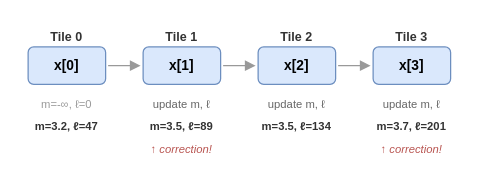
Before: images/splash-attention-puzzle3.drawio in vorushin/pallas_puzzles, a draw.io diagram. Source tidied: cells renumbered, new cells numbered last; positions are measured from the earlier drawing's top-left corner, leaving out a move shared by most shapes. Both pictures are drawn from the tidied source at 125%, with x=0, y=0 at pixel (21, 21).
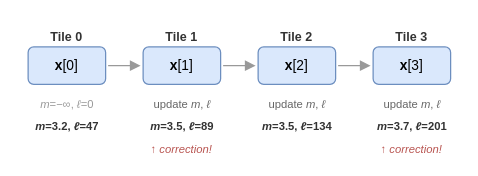
After the change.

Change to the diagram source:
```diff
@@
-    <mxCell id="6" value="x[0]" style="rounded=1;whiteSpace=wrap;fillColor=#dae8fc;strokeColor=#6c8ebf;fontSize=11;fontStyle=1;" parent="1" vertex="1">
+    <mxCell id="6" value="&lt;b&gt;x&lt;/b&gt;[0]" style="rounded=1;whiteSpace=wrap;fillColor=#dae8fc;strokeColor=#6c8ebf;fontSize=11;html=1;" parent="1" vertex="1">
       <mxGeometry x="5" y="20" width="62" height="30" as="geometry" />
     </mxCell>
-    <mxCell id="7" value="x[1]" style="rounded=1;whiteSpace=wrap;fillColor=#dae8fc;strokeColor=#6c8ebf;fontSize=11;fontStyle=1;" parent="1" vertex="1">
+    <mxCell id="7" value="&lt;b&gt;x&lt;/b&gt;[1]" style="rounded=1;whiteSpace=wrap;fillColor=#dae8fc;strokeColor=#6c8ebf;fontSize=11;html=1;" parent="1" vertex="1">
       <mxGeometry x="97" y="20" width="62" height="30" as="geometry" />
     </mxCell>
-    <mxCell id="8" value="x[2]" style="rounded=1;whiteSpace=wrap;fillColor=#dae8fc;strokeColor=#6c8ebf;fontSize=11;fontStyle=1;" parent="1" vertex="1">
+    <mxCell id="8" value="&lt;b&gt;x&lt;/b&gt;[2]" style="rounded=1;whiteSpace=wrap;fillColor=#dae8fc;strokeColor=#6c8ebf;fontSize=11;html=1;" parent="1" vertex="1">
       <mxGeometry x="189" y="20" width="62" height="30" as="geometry" />
     </mxCell>
-    <mxCell id="9" value="x[3]" style="rounded=1;whiteSpace=wrap;fillColor=#dae8fc;strokeColor=#6c8ebf;fontSize=11;fontStyle=1;" parent="1" vertex="1">
+    <mxCell id="9" value="&lt;b&gt;x&lt;/b&gt;[3]" style="rounded=1;whiteSpace=wrap;fillColor=#dae8fc;strokeColor=#6c8ebf;fontSize=11;html=1;" parent="1" vertex="1">
       <mxGeometry x="281" y="20" width="62" height="30" as="geometry" />
     </mxCell>
@@
-    <mxCell id="13" value="m=-∞, ℓ=0" style="text;fontSize=9;fontColor=#999999;align=center;" parent="1" vertex="1">
+    <mxCell id="13" value="&lt;i&gt;m&lt;/i&gt;=&amp;minus;&amp;infin;, &lt;i&gt;ℓ&lt;/i&gt;=0" style="text;fontSize=9;fontColor=#999999;align=center;html=1;" parent="1" vertex="1">
       <mxGeometry y="54" width="72" height="16" as="geometry" />
     </mxCell>
-    <mxCell id="14" value="update m, ℓ" style="text;fontSize=9;fontColor=#666666;align=center;" parent="1" vertex="1">
+    <mxCell id="14" value="update &lt;i&gt;m&lt;/i&gt;, &lt;i&gt;ℓ&lt;/i&gt;" style="text;fontSize=9;fontColor=#666666;align=center;html=1;" parent="1" vertex="1">
       <mxGeometry x="92" y="54" width="72" height="16" as="geometry" />
     </mxCell>
-    <mxCell id="15" value="update m, ℓ" style="text;fontSize=9;fontColor=#666666;align=center;" parent="1" vertex="1">
+    <mxCell id="15" value="update &lt;i&gt;m&lt;/i&gt;, &lt;i&gt;ℓ&lt;/i&gt;" style="text;fontSize=9;fontColor=#666666;align=center;html=1;" parent="1" vertex="1">
       <mxGeometry x="184" y="54" width="72" height="16" as="geometry" />
     </mxCell>
-    <mxCell id="16" value="update m, ℓ" style="text;fontSize=9;fontColor=#666666;align=center;" parent="1" vertex="1">
+    <mxCell id="16" value="update &lt;i&gt;m&lt;/i&gt;, &lt;i&gt;ℓ&lt;/i&gt;" style="text;fontSize=9;fontColor=#666666;align=center;html=1;" parent="1" vertex="1">
       <mxGeometry x="276" y="54" width="72" height="16" as="geometry" />
     </mxCell>
-    <mxCell id="17" value="m=3.2, ℓ=47" style="text;fontSize=9;fontColor=#333333;fontStyle=1;align=center;" parent="1" vertex="1">
+    <mxCell id="17" value="&lt;i&gt;m&lt;/i&gt;=3.2, &lt;i&gt;ℓ&lt;/i&gt;=47" style="text;fontSize=9;fontColor=#333333;fontStyle=1;align=center;html=1;" parent="1" vertex="1">
       <mxGeometry y="72" width="72" height="16" as="geometry" />
     </mxCell>
-    <mxCell id="18" value="m=3.5, ℓ=89" style="text;fontSize=9;fontColor=#333333;fontStyle=1;align=center;" parent="1" vertex="1">
+    <mxCell id="18" value="&lt;i&gt;m&lt;/i&gt;=3.5, &lt;i&gt;ℓ&lt;/i&gt;=89" style="text;fontSize=9;fontColor=#333333;fontStyle=1;align=center;html=1;" parent="1" vertex="1">
       <mxGeometry x="92" y="72" width="72" height="16" as="geometry" />
     </mxCell>
-    <mxCell id="19" value="m=3.5, ℓ=134" style="text;fontSize=9;fontColor=#333333;fontStyle=1;align=center;" parent="1" vertex="1">
+    <mxCell id="19" value="&lt;i&gt;m&lt;/i&gt;=3.5, &lt;i&gt;ℓ&lt;/i&gt;=134" style="text;fontSize=9;fontColor=#333333;fontStyle=1;align=center;html=1;" parent="1" vertex="1">
       <mxGeometry x="184" y="72" width="72" height="16" as="geometry" />
     </mxCell>
-    <mxCell id="20" value="m=3.7, ℓ=201" style="text;fontSize=9;fontColor=#333333;fontStyle=1;align=center;" parent="1" vertex="1">
+    <mxCell id="20" value="&lt;i&gt;m&lt;/i&gt;=3.7, &lt;i&gt;ℓ&lt;/i&gt;=201" style="text;fontSize=9;fontColor=#333333;fontStyle=1;align=center;html=1;" parent="1" vertex="1">
       <mxGeometry x="276" y="72" width="72" height="16" as="geometry" />
     </mxCell>
```
